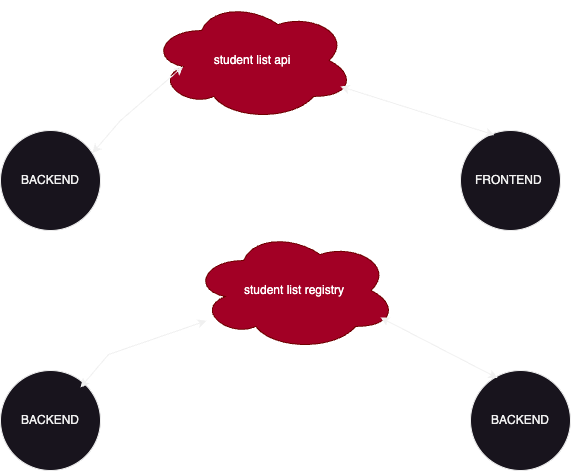
Earlier version of the draw.io export diagramme_infrastructure.png (MousMaster/Docker). Source tidied: cells renumbered, new cells last; positions are measured from the earlier drawing's top-left corner, leaving out a move shared by most shapes.
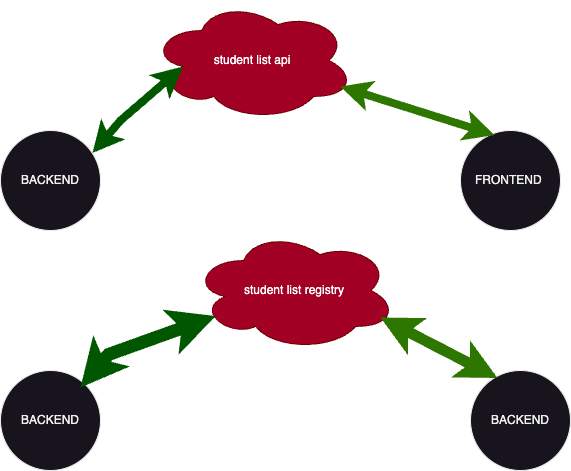
After the change.

Diff of the diagram source:
```diff
@@ -11,14 +11,14 @@
     <mxCell id="4" value="student list api" style="ellipse;shape=cloud;whiteSpace=wrap;html=1;fillColor=#a20025;fontColor=#ffffff;strokeColor=#6F0000;" parent="1" vertex="1">
       <mxGeometry x="150" width="204" height="120" as="geometry" />
     </mxCell>
-    <mxCell id="5" style="endArrow=classic;startArrow=classic;html=1;rounded=0;entryX=0.16;entryY=0.55;entryDx=0;entryDy=0;entryPerimeter=0;exitX=0.92;exitY=0.225;exitDx=0;exitDy=0;exitPerimeter=0;" parent="1" edge="1" source="2" target="4">
+    <mxCell id="5" style="endArrow=classic;startArrow=classic;html=1;rounded=0;entryX=0.16;entryY=0.55;entryDx=0;entryDy=0;entryPerimeter=0;exitX=0.92;exitY=0.225;exitDx=0;exitDy=0;exitPerimeter=0;fillColor=#008a00;strokeColor=#005700;strokeWidth=8;" parent="1" edge="1" source="2" target="4">
       <mxGeometry relative="1" as="geometry">
         <Array as="points">
           <mxPoint x="120" y="120" />
         </Array>
       </mxGeometry>
     </mxCell>
-    <mxCell id="6" style="endArrow=classic;startArrow=classic;html=1;rounded=0;entryX=0.34;entryY=0.045;entryDx=0;entryDy=0;entryPerimeter=0;" parent="1" edge="1" target="3">
+    <mxCell id="6" style="endArrow=classic;startArrow=classic;html=1;rounded=0;entryX=0.34;entryY=0.045;entryDx=0;entryDy=0;entryPerimeter=0;strokeWidth=8;fillColor=#60a917;strokeColor=#2D7600;" parent="1" edge="1" target="3">
       <mxGeometry relative="1" as="geometry">
         <mxPoint x="340" y="86" as="sourcePoint" />
       </mxGeometry>
@@ -32,7 +32,7 @@
     <mxCell id="9" value="BACKEND" style="ellipse;whiteSpace=wrap;html=1;" parent="1" vertex="1">
       <mxGeometry x="470" y="370" width="100" height="100" as="geometry" />
     </mxCell>
-    <mxCell id="10" style="endArrow=classic;startArrow=classic;html=1;rounded=0;exitX=0.92;exitY=0.225;exitDx=0;exitDy=0;exitPerimeter=0;" parent="1" edge="1" target="7">
+    <mxCell id="10" style="endArrow=classic;startArrow=classic;html=1;rounded=0;exitX=0.92;exitY=0.225;exitDx=0;exitDy=0;exitPerimeter=0;fillColor=#008a00;strokeColor=#005700;strokeWidth=13;entryX=0.113;entryY=0.713;entryDx=0;entryDy=0;entryPerimeter=0;" parent="1" edge="1" target="7">
       <mxGeometry relative="1" as="geometry">
         <mxPoint x="80" y="387" as="sourcePoint" />
         <Array as="points">
@@ -40,7 +40,7 @@
         </Array>
       </mxGeometry>
     </mxCell>
-    <mxCell id="11" style="endArrow=classic;startArrow=classic;html=1;rounded=0;exitX=0.92;exitY=0.225;exitDx=0;exitDy=0;exitPerimeter=0;entryX=0.27;entryY=0.075;entryDx=0;entryDy=0;entryPerimeter=0;" parent="1" edge="1" target="9">
+    <mxCell id="11" style="endArrow=classic;startArrow=classic;html=1;rounded=0;exitX=0.92;exitY=0.225;exitDx=0;exitDy=0;exitPerimeter=0;entryX=0.27;entryY=0.075;entryDx=0;entryDy=0;entryPerimeter=0;fillColor=#60a917;strokeColor=#2D7600;strokeWidth=11;" parent="1" edge="1" target="9">
       <mxGeometry relative="1" as="geometry">
         <mxPoint x="380" y="317" as="sourcePoint" />
       </mxGeometry>
```
